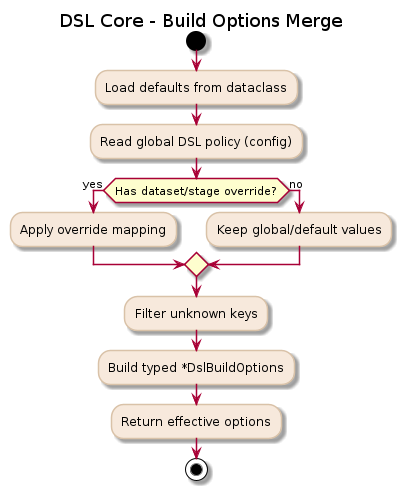
The PlantUML diagram docs/uml/transform/dsl/dsl_core_options_merge_activity.png in xORex-LC/nexus-etl, before a commit. Its source is kept beside it as docs/uml/transform/dsl/dsl_core_options_merge_activity.puml.
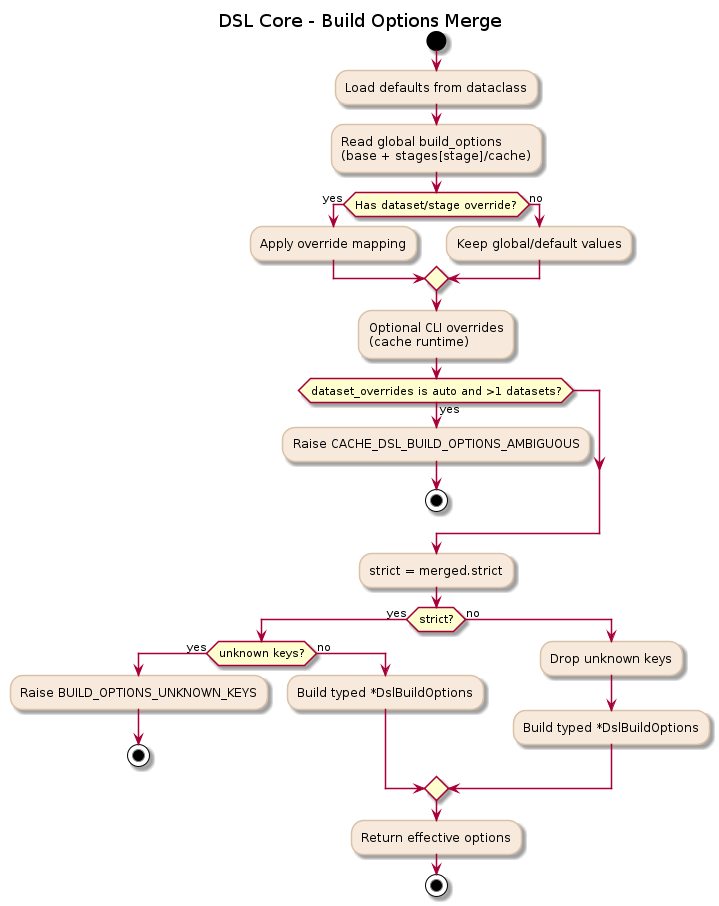
After the commit.

The edit, as a diff of the source:
```diff
@@ -11,7 +11,7 @@
 
 start
 :Load defaults from dataclass;
-:Read global DSL policy (config);
+:Read global build_options\n(base + stages[stage]/cache);
 
 if (Has dataset/stage override?) then (yes)
   :Apply override mapping;
@@ -19,8 +19,23 @@
   :Keep global/default values;
 endif
 
-:Filter unknown keys;
-:Build typed *DslBuildOptions;
+:Optional CLI overrides\n(cache runtime);
+if (dataset_overrides is auto and >1 datasets?) then (yes)
+  :Raise CACHE_DSL_BUILD_OPTIONS_AMBIGUOUS;
+  stop
+endif
+:strict = merged.strict;
+if (strict?) then (yes)
+  if (unknown keys?) then (yes)
+    :Raise BUILD_OPTIONS_UNKNOWN_KEYS;
+    stop
+  else (no)
+    :Build typed *DslBuildOptions;
+  endif
+else (no)
+  :Drop unknown keys;
+  :Build typed *DslBuildOptions;
+endif
 :Return effective options;
 stop
 
```
